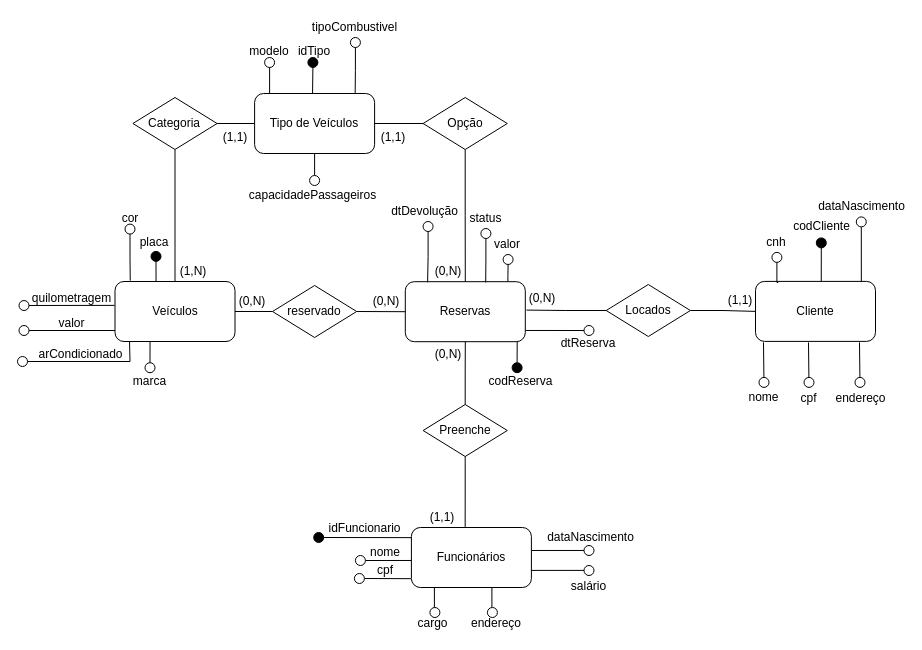
Before: documentos/modeloConceitual.drawio in GabrielFelipe42/LocadoraVeiculos_Python, a draw.io diagram. Source tidied: cells renumbered, new cells numbered last; positions are measured from the earlier drawing's top-left corner, leaving out a move shared by most shapes. Both pictures are drawn from the tidied source at 100%, with x=0, y=0 at pixel (17, 17).
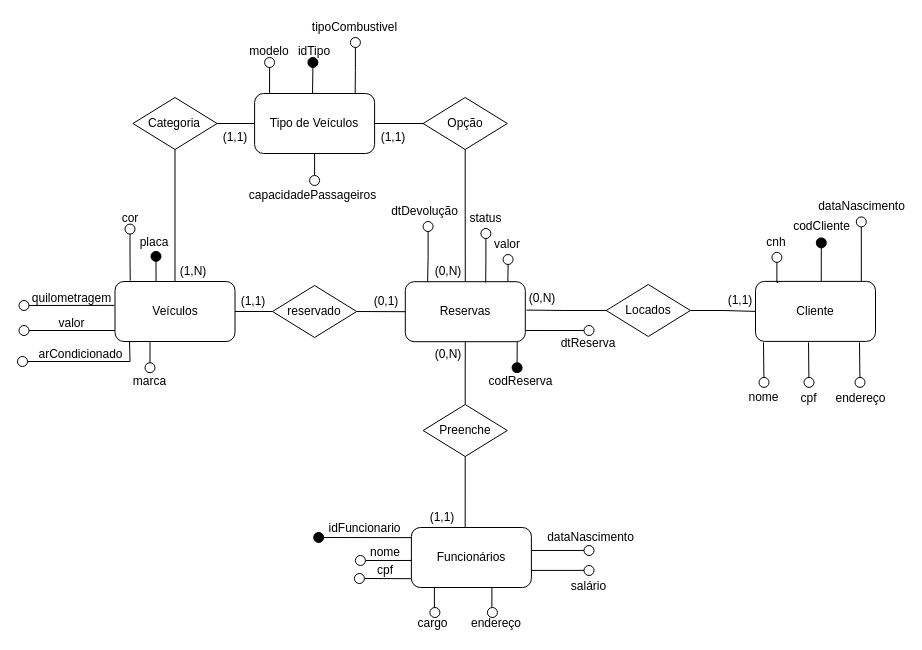
The same diagram, later.

Change to the diagram source:
```diff
@@
-    <mxCell id="65" value="(0,N)" style="text;html=1;align=center;verticalAlign=middle;whiteSpace=wrap;rounded=0;" parent="1" vertex="1">
+    <mxCell id="65" value="(0,1)" style="text;html=1;align=center;verticalAlign=middle;whiteSpace=wrap;rounded=0;" parent="1" vertex="1">
       <mxGeometry x="349.8" y="274" width="38" height="20" as="geometry" />
     </mxCell>
-    <mxCell id="66" value="(0,N&lt;span style=&quot;background-color: initial;&quot;&gt;)&lt;/span&gt;" style="text;html=1;align=center;verticalAlign=middle;whiteSpace=wrap;rounded=0;" parent="1" vertex="1">
-      <mxGeometry x="216.2" y="274" width="38" height="20" as="geometry" />
+    <mxCell id="66" value="(1,1&lt;span style=&quot;background-color: initial;&quot;&gt;)&lt;/span&gt;" style="text;html=1;align=center;verticalAlign=middle;whiteSpace=wrap;rounded=0;" parent="1" vertex="1">
+      <mxGeometry x="217.2" y="274" width="38" height="20" as="geometry" />
     </mxCell>
```
